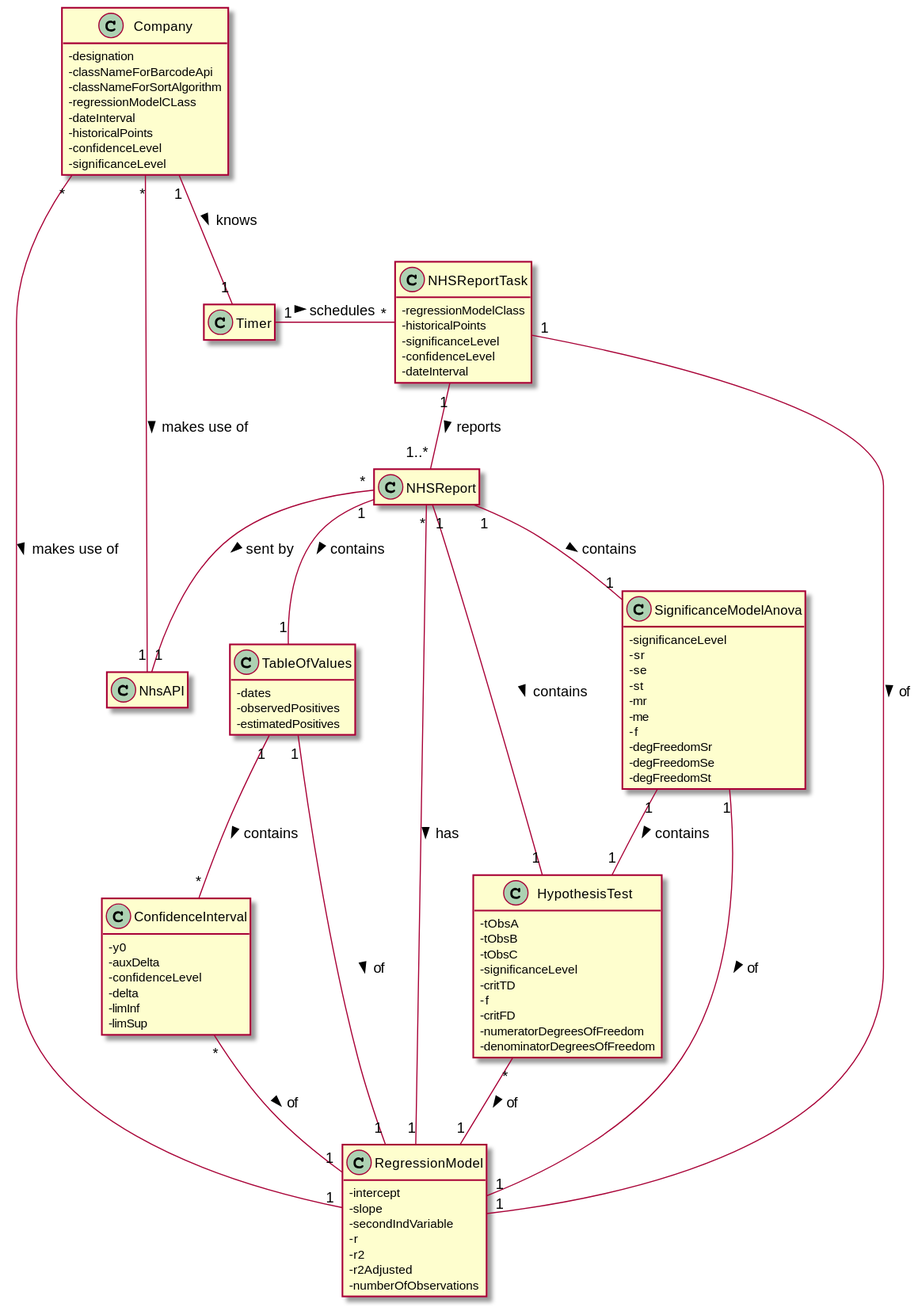
ana-albergaria/LAPR2-ISEP keeps this PlantUML diagram as docs/SprintD/US_19/US19_DM.svg. Above is the earlier version.
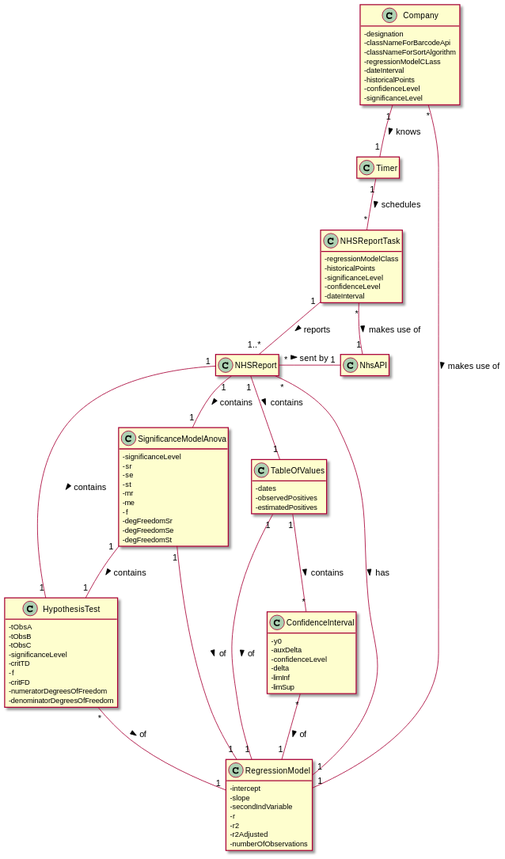
After the commit.

Diff of the diagram source:
```diff
@@ -84,8 +84,8 @@
 
 NHSReportTask "1" -- "1..*" NHSReport : reports >
 Company "1" -- "1" Timer : knows >
-Company "*" - "1" NhsAPI : makes use of >
-NHSReport "*" -- "1" NhsAPI : sent by >
+NHSReportTask "*" - "1" NhsAPI : makes use of >
+NHSReport "*" - "1" NhsAPI : sent by >
 NHSReport "*" -- "1" RegressionModel : has >
 NHSReport "1" -- "1" HypothesisTest : contains >
 NHSReport "1" -- "1" SignificanceModelAnova : contains >
@@ -97,8 +97,9 @@
 TableOfValues "1" -- "1" RegressionModel : of >
 TableOfValues "1" -- "*" ConfidenceInterval : contains >
 ConfidenceInterval "*" -- "1" RegressionModel : of >
-Timer "1" - "*" NHSReportTask : schedules >
-NHSReportTask "1" -- "1" RegressionModel : of >
+Timer "1" -- "*" NHSReportTask : schedules >
+
+
 
 
 
```
